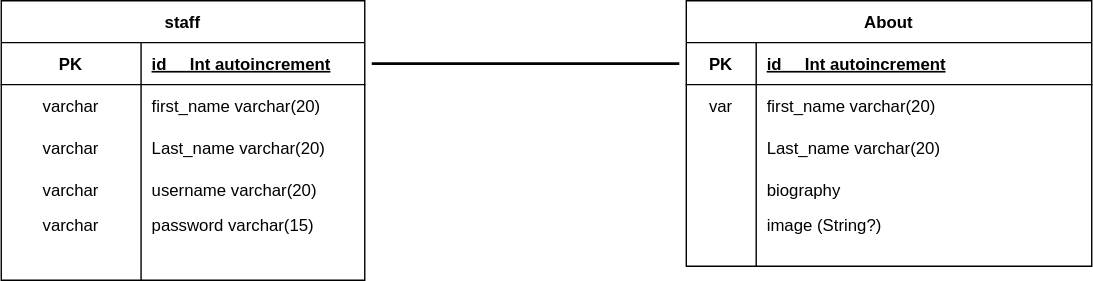
Before: Elem DBD.drawio.svg, a diagram exported from draw.io (S1395930/ElementaryWeb). Source tidied: cells renumbered, new cells last; positions are measured from the earlier drawing's top-left corner, leaving out a move shared by most shapes.
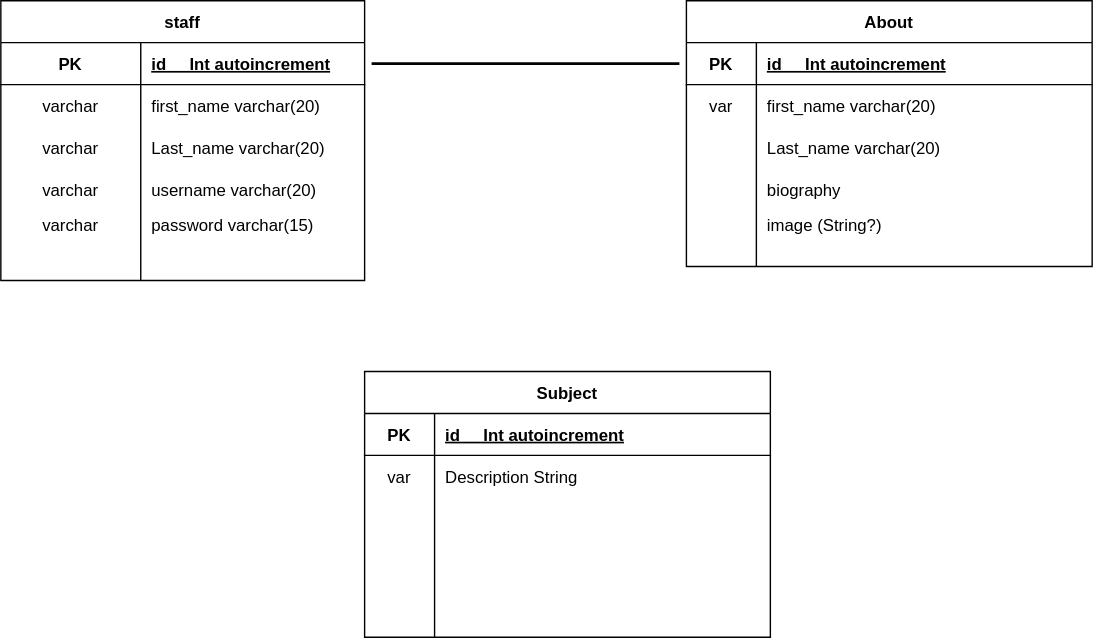
After the commit.

The edit, as a diff of the source:
```diff
@@ -119,5 +119,62 @@
     <mxCell id="40" style="line;strokeWidth=2;direction=south;html=1;rotation=90;" parent="1" vertex="1">
       <mxGeometry x="370" width="10" height="220" as="geometry" />
     </mxCell>
+    <mxCell id="41" value="Subject" style="shape=table;startSize=30;rowLines=0;fontStyle=1;align=center;" parent="1" vertex="1">
+      <mxGeometry x="260" y="330" width="290" height="190" as="geometry" />
+    </mxCell>
+    <mxCell id="42" style="shape=tableRow;horizontal=0;startSize=0;swimlaneHead=0;swimlaneBody=0;fillColor=none;top=0;left=0;right=0;bottom=1;" parent="41" vertex="1">
+      <mxGeometry y="30" width="290" height="30" as="geometry" />
+    </mxCell>
+    <mxCell id="43" value="PK" style="shape=partialRectangle;fillColor=none;top=0;left=0;bottom=0;right=0;fontStyle=1;overflow=hidden;" parent="42" vertex="1">
+      <mxGeometry width="50" height="30" as="geometry" />
+    </mxCell>
+    <mxCell id="44" value="id     Int autoincrement" style="shape=partialRectangle;fillColor=none;top=0;left=0;bottom=0;right=0;align=left;spacingLeft=6;fontStyle=5;overflow=hidden;" parent="42" vertex="1">
+      <mxGeometry x="50" width="240" height="30" as="geometry" />
+    </mxCell>
+    <mxCell id="45" style="shape=tableRow;horizontal=0;startSize=0;swimlaneHead=0;swimlaneBody=0;fillColor=none;top=0;left=0;right=0;bottom=0;" parent="41" vertex="1">
+      <mxGeometry y="60" width="290" height="30" as="geometry" />
+    </mxCell>
+    <mxCell id="46" value="var" style="shape=partialRectangle;fillColor=none;top=0;left=0;bottom=0;right=0;overflow=hidden;" parent="45" vertex="1">
+      <mxGeometry width="50" height="30" as="geometry" />
+    </mxCell>
+    <mxCell id="47" value="Description String" style="shape=partialRectangle;fillColor=none;top=0;left=0;bottom=0;right=0;align=left;spacingLeft=6;overflow=hidden;" parent="45" vertex="1">
+      <mxGeometry x="50" width="240" height="30" as="geometry" />
+    </mxCell>
+    <mxCell id="48" style="shape=tableRow;horizontal=0;startSize=0;swimlaneHead=0;swimlaneBody=0;fillColor=none;top=0;left=0;right=0;bottom=0;" parent="41" vertex="1">
+      <mxGeometry y="90" width="290" height="30" as="geometry" />
+    </mxCell>
+    <mxCell id="49" style="shape=partialRectangle;fillColor=none;top=0;left=0;bottom=0;right=0;overflow=hidden;" parent="48" vertex="1">
+      <mxGeometry width="50" height="30" as="geometry" />
+    </mxCell>
+    <mxCell id="50" style="shape=partialRectangle;fillColor=none;top=0;left=0;bottom=0;right=0;align=left;spacingLeft=6;overflow=hidden;" parent="48" vertex="1">
+      <mxGeometry x="50" width="240" height="30" as="geometry" />
+    </mxCell>
+    <mxCell id="51" style="shape=tableRow;horizontal=0;startSize=0;swimlaneHead=0;swimlaneBody=0;fillColor=none;top=0;left=0;right=0;bottom=0;" parent="41" vertex="1">
+      <mxGeometry y="120" width="290" height="30" as="geometry" />
+    </mxCell>
+    <mxCell id="52" style="shape=partialRectangle;fillColor=none;top=0;left=0;bottom=0;right=0;overflow=hidden;" parent="51" vertex="1">
+      <mxGeometry width="50" height="30" as="geometry" />
+    </mxCell>
+    <mxCell id="53" style="shape=partialRectangle;fillColor=none;top=0;left=0;bottom=0;right=0;align=left;spacingLeft=6;overflow=hidden;" parent="51" vertex="1">
+      <mxGeometry x="50" width="240" height="30" as="geometry" />
+    </mxCell>
+    <mxCell id="54" style="shape=tableRow;horizontal=0;startSize=0;swimlaneHead=0;swimlaneBody=0;fillColor=none;top=0;left=0;right=0;bottom=0;" parent="41" vertex="1">
+      <mxGeometry y="150" width="290" height="20" as="geometry" />
+    </mxCell>
+    <mxCell id="55" style="shape=partialRectangle;fillColor=none;top=0;left=0;bottom=0;right=0;overflow=hidden;" parent="54" vertex="1">
+      <mxGeometry width="50" height="20" as="geometry" />
+    </mxCell>
+    <mxCell id="56" style="shape=partialRectangle;fillColor=none;top=0;left=0;bottom=0;right=0;align=left;spacingLeft=6;overflow=hidden;" parent="54" vertex="1">
+      <mxGeometry x="50" width="240" height="20" as="geometry" />
+    </mxCell>
+    <mxCell id="57" style="shape=tableRow;horizontal=0;startSize=0;swimlaneHead=0;swimlaneBody=0;fillColor=none;top=0;left=0;right=0;bottom=0;" parent="41" vertex="1">
+      <mxGeometry y="170" width="290" height="20" as="geometry" />
+    </mxCell>
+    <mxCell id="58" style="shape=partialRectangle;fillColor=none;top=0;left=0;bottom=0;right=0;overflow=hidden;" parent="57" vertex="1">
+      <mxGeometry width="50" height="20" as="geometry" />
+    </mxCell>
+    <mxCell id="59" style="shape=partialRectangle;fillColor=none;top=0;left=0;bottom=0;right=0;align=left;spacingLeft=6;overflow=hidden;" parent="57" vertex="1">
+      <mxGeometry x="50" width="240" height="20" as="geometry" />
+    </mxCell>
   </root>
 </mxGraphModel>
```
